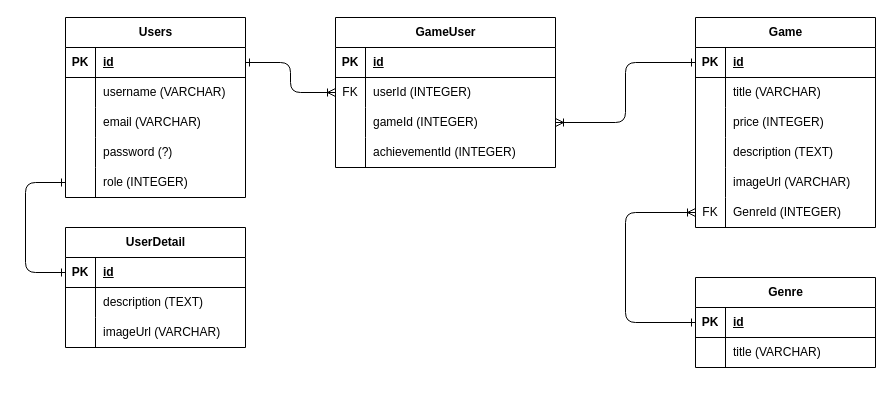
Earlier version of the draw.io diagram db/entity_relation_diagram.drawio (aaronarquette/cloud-ecommerce). Source tidied: cells renumbered, new cells numbered last; positions are measured from the earlier drawing's top-left corner, leaving out a move shared by most shapes. Both pictures are drawn from the tidied source at 100%, with x=0, y=0 at pixel (25, 17).
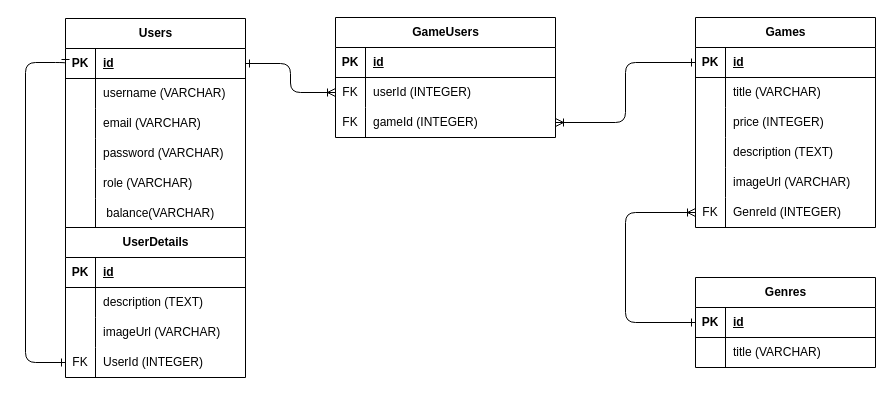
After the change.

Unchanged cells that the change refers to:
```xml
<mxCell id="3" style="shape=tableRow;horizontal=0;startSize=0;swimlaneHead=0;swimlaneBody=0;fillColor=none;points=[[0,0.5],[1,0.5]];portConstraint=eastwest;top=0;left=0;right=0;bottom=1;" parent="2" vertex="1">
  <mxGeometry y="30" width="180" height="30" as="geometry" />
</mxCell>
<mxCell id="12" style="shape=tableRow;horizontal=0;startSize=0;swimlaneHead=0;swimlaneBody=0;fillColor=none;top=0;left=0;right=0;bottom=0;" parent="2" vertex="1">
  <mxGeometry y="120" width="180" height="30" as="geometry" />
</mxCell>
<mxCell id="15" style="shape=tableRow;horizontal=0;startSize=0;swimlaneHead=0;swimlaneBody=0;fillColor=none;points=[[0,0.5],[1,0.5]];portConstraint=eastwest;top=0;left=0;right=0;bottom=0;" parent="2" vertex="1">
  <mxGeometry y="150" width="180" height="30" as="geometry" />
</mxCell>
<mxCell id="44" style="shape=tableRow;horizontal=0;startSize=0;swimlaneHead=0;swimlaneBody=0;fillColor=none;points=[[0,0.5],[1,0.5]];portConstraint=eastwest;top=0;left=0;right=0;bottom=0;" parent="37" vertex="1">
  <mxGeometry y="90" width="220" height="30" as="geometry" />
</mxCell>
<mxCell id="52" style="shape=tableRow;horizontal=0;startSize=0;swimlaneHead=0;swimlaneBody=0;fillColor=none;points=[[0,0.5],[1,0.5]];portConstraint=eastwest;top=0;left=0;right=0;bottom=1;" parent="51" vertex="1">
  <mxGeometry y="30" width="180" height="30" as="geometry" />
</mxCell>
```

What changed in the source:
```diff
@@
     <mxCell id="2" value="Users" style="shape=table;startSize=30;childLayout=tableLayout;rowLines=0;fontStyle=1;align=center;html=1;" parent="1" vertex="1">
-      <mxGeometry x="40" width="180" height="180" as="geometry" />
+      <mxGeometry x="40" y="1" width="180" height="210" as="geometry" />
     </mxCell>
@@
-    <mxCell id="14" value="password (?)" style="shape=partialRectangle;fillColor=none;top=0;left=0;bottom=0;right=0;align=left;spacingLeft=6;overflow=hidden;whiteSpace=wrap;html=1;" parent="12" vertex="1">
+    <mxCell id="14" value="password (VARCHAR)" style="shape=partialRectangle;fillColor=none;top=0;left=0;bottom=0;right=0;align=left;spacingLeft=6;overflow=hidden;whiteSpace=wrap;html=1;" parent="12" vertex="1">
       <mxGeometry x="30" width="150" height="30" as="geometry" />
     </mxCell>
@@
-    <mxCell id="17" value="role (INTEGER)" style="shape=partialRectangle;fillColor=none;top=0;left=0;bottom=0;right=0;align=left;spacingLeft=6;overflow=hidden;whiteSpace=wrap;html=1;" parent="15" vertex="1">
+    <mxCell id="17" value="role (VARCHAR)" style="shape=partialRectangle;fillColor=none;top=0;left=0;bottom=0;right=0;align=left;spacingLeft=6;overflow=hidden;whiteSpace=wrap;html=1;" parent="15" vertex="1">
       <mxGeometry x="30" width="150" height="30" as="geometry" />
     </mxCell>
+    <mxCell id="71" style="shape=tableRow;horizontal=0;startSize=0;swimlaneHead=0;swimlaneBody=0;fillColor=none;top=0;left=0;right=0;bottom=0;" parent="2" vertex="1">
+      <mxGeometry y="180" width="180" height="30" as="geometry" />
+    </mxCell>
+    <mxCell id="48" style="shape=partialRectangle;fillColor=none;top=0;left=0;bottom=0;right=0;overflow=hidden;whiteSpace=wrap;html=1;" parent="71" vertex="1">
+      <mxGeometry width="30" height="30" as="geometry" />
+    </mxCell>
+    <mxCell id="72" value="&amp;nbsp;balance(VARCHAR)" style="shape=partialRectangle;fillColor=none;top=0;left=0;bottom=0;right=0;align=left;spacingLeft=6;overflow=hidden;whiteSpace=wrap;html=1;" parent="71" vertex="1">
+      <mxGeometry x="30" width="150" height="30" as="geometry" />
+    </mxCell>
-    <mxCell id="18" value="Game" style="shape=table;startSize=30;childLayout=tableLayout;rowLines=0;fontStyle=1;align=center;html=1;" parent="1" vertex="1">
+    <mxCell id="18" value="Games" style="shape=table;startSize=30;childLayout=tableLayout;rowLines=0;fontStyle=1;align=center;html=1;" parent="1" vertex="1">
       <mxGeometry x="670" width="180" height="210" as="geometry" />
     </mxCell>
@@
-    <mxCell id="37" value="GameUser" style="shape=table;startSize=30;childLayout=tableLayout;rowLines=0;fontStyle=1;align=center;html=1;" parent="1" vertex="1">
-      <mxGeometry x="310" width="220" height="150" as="geometry" />
+    <mxCell id="37" value="GameUsers" style="shape=table;startSize=30;childLayout=tableLayout;rowLines=0;fontStyle=1;align=center;html=1;" parent="1" vertex="1">
+      <mxGeometry x="310" width="220" height="120" as="geometry" />
     </mxCell>
@@
-    <mxCell id="45" style="shape=partialRectangle;fillColor=none;top=0;left=0;bottom=0;right=0;overflow=hidden;whiteSpace=wrap;html=1;" parent="44" vertex="1">
+    <mxCell id="45" value="FK" style="shape=partialRectangle;fillColor=none;top=0;left=0;bottom=0;right=0;overflow=hidden;whiteSpace=wrap;html=1;" parent="44" vertex="1">
       <mxGeometry width="30" height="30" as="geometry" />
     </mxCell>
@@
-    <mxCell id="47" style="shape=tableRow;horizontal=0;startSize=0;swimlaneHead=0;swimlaneBody=0;fillColor=none;top=0;left=0;right=0;bottom=0;" parent="37" vertex="1">
-      <mxGeometry y="120" width="220" height="30" as="geometry" />
-    </mxCell>
-    <mxCell id="48" style="shape=partialRectangle;fillColor=none;top=0;left=0;bottom=0;right=0;overflow=hidden;whiteSpace=wrap;html=1;" parent="47" vertex="1">
-      <mxGeometry width="30" height="30" as="geometry" />
-    </mxCell>
-    <mxCell id="49" value="achievementId (INTEGER)" style="shape=partialRectangle;fillColor=none;top=0;left=0;bottom=0;right=0;align=left;spacingLeft=6;overflow=hidden;whiteSpace=wrap;html=1;" parent="47" vertex="1">
-      <mxGeometry x="30" width="190" height="30" as="geometry" />
-    </mxCell>
@@
-    <mxCell id="51" value="UserDetail" style="shape=table;startSize=30;childLayout=tableLayout;rowLines=0;fontStyle=1;align=center;html=1;" parent="1" vertex="1">
-      <mxGeometry x="40" y="210" width="180" height="120" as="geometry" />
+    <mxCell id="51" value="UserDetails" style="shape=table;startSize=30;childLayout=tableLayout;rowLines=0;fontStyle=1;align=center;html=1;" parent="1" vertex="1">
+      <mxGeometry x="40" y="210" width="180" height="150" as="geometry" />
     </mxCell>
@@
-    <mxCell id="61" style="edgeStyle=orthogonalEdgeStyle;html=1;entryX=0;entryY=0.5;entryDx=0;entryDy=0;exitX=0;exitY=0.5;exitDx=0;exitDy=0;endArrow=ERone;endFill=0;startArrow=ERone;startFill=0;" parent="1" edge="1" source="52" target="15">
-      <mxGeometry relative="1" as="geometry">
-        <Array as="points">
-          <mxPoint y="255" />
-          <mxPoint y="165" />
-        </Array>
-      </mxGeometry>
-    </mxCell>
+    <mxCell id="73" style="shape=tableRow;horizontal=0;startSize=0;swimlaneHead=0;swimlaneBody=0;fillColor=none;points=[[0,0.5],[1,0.5]];portConstraint=eastwest;top=0;left=0;right=0;bottom=0;" parent="51" vertex="1">
+      <mxGeometry y="120" width="180" height="30" as="geometry" />
+    </mxCell>
+    <mxCell id="74" value="FK" style="shape=partialRectangle;fillColor=none;top=0;left=0;bottom=0;right=0;overflow=hidden;whiteSpace=wrap;html=1;" parent="73" vertex="1">
+      <mxGeometry width="30" height="30" as="geometry" />
+    </mxCell>
+    <mxCell id="75" value="UserId (INTEGER)" style="shape=partialRectangle;fillColor=none;top=0;left=0;bottom=0;right=0;align=left;spacingLeft=6;overflow=hidden;whiteSpace=wrap;html=1;" parent="73" vertex="1">
+      <mxGeometry x="30" width="150" height="30" as="geometry" />
+    </mxCell>
@@
-    <mxCell id="63" value="Genre" style="shape=table;startSize=30;childLayout=tableLayout;rowLines=0;fontStyle=1;align=center;html=1;" parent="1" vertex="1">
+    <mxCell id="63" value="Genres" style="shape=table;startSize=30;childLayout=tableLayout;rowLines=0;fontStyle=1;align=center;html=1;" parent="1" vertex="1">
       <mxGeometry x="670" y="260" width="180" height="90" as="geometry" />
     </mxCell>
@@
+    <mxCell id="76" style="edgeStyle=orthogonalEdgeStyle;html=1;entryX=0;entryY=0.5;entryDx=0;entryDy=0;exitX=0;exitY=0.5;exitDx=0;exitDy=0;endArrow=ERone;endFill=0;startArrow=ERone;startFill=0;" parent="1" edge="1" source="3" target="73">
+      <mxGeometry relative="1" as="geometry">
+        <Array as="points">
+          <mxPoint y="45" />
+          <mxPoint y="345" />
+        </Array>
+      </mxGeometry>
+    </mxCell>
```
